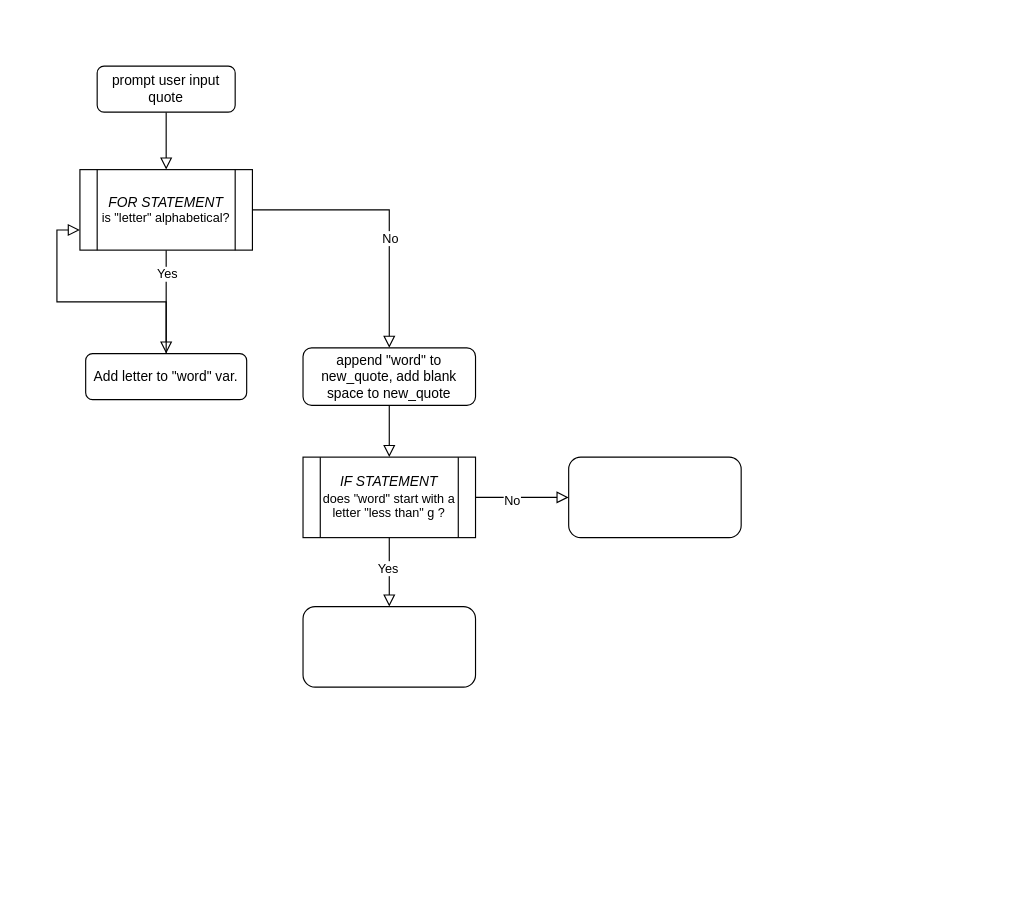
bowerbirdblue/bowerbirdblue keeps this draw.io diagram as 1027 task 7.drawio. Above is the earlier version. Source tidied: cells renumbered, new cells numbered last; positions are measured from the earlier drawing's top-left corner, leaving out a move shared by most shapes. Both pictures are drawn from the tidied source at 115%, with x=0, y=0 at pixel (79, 66).
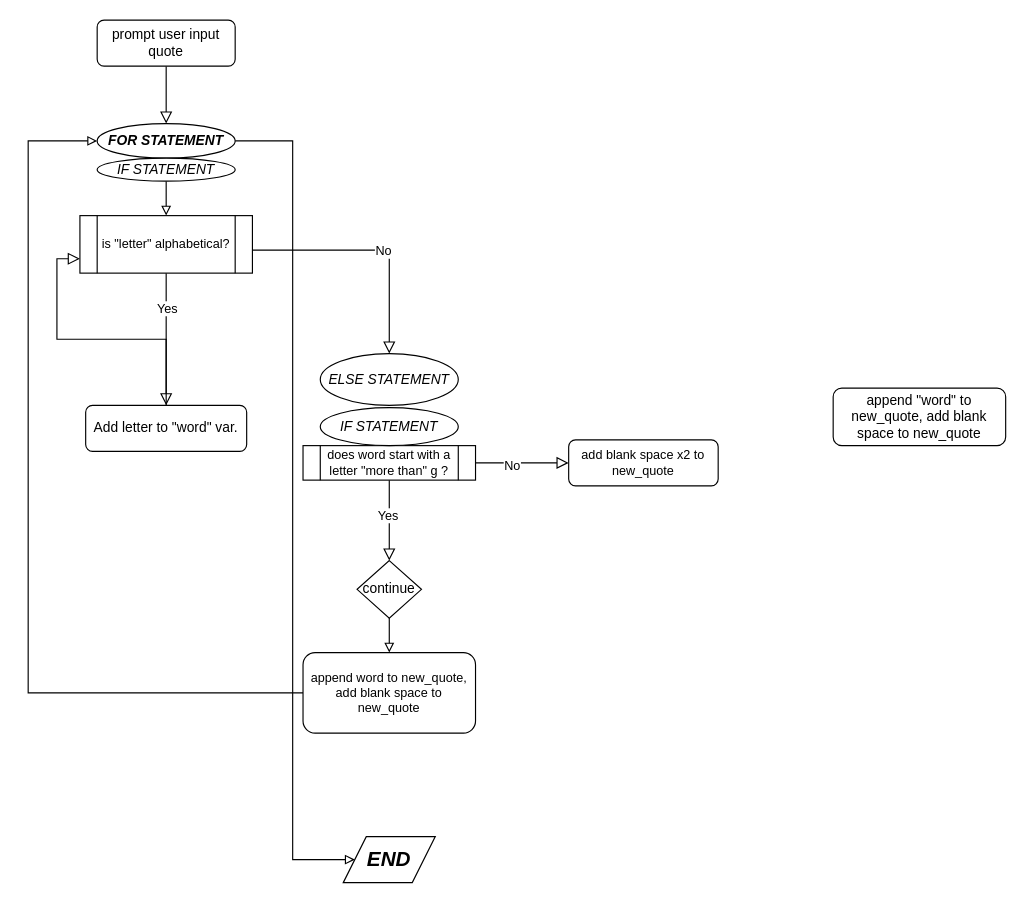
After the change.

Change to the diagram source:
```diff
@@
-<mxGraphModel>
+<mxGraphModel background="#ffffff">
@@
     <mxCell id="2" style="rounded=0;html=1;jettySize=auto;fontSize=11;endArrow=block;endFill=0;endSize=8;strokeWidth=1;shadow=0;labelBackgroundColor=none;edgeStyle=orthogonalEdgeStyle;" parent="1" edge="1" source="3">
       <mxGeometry relative="1" as="geometry">
-        <mxPoint x="75" y="90" as="targetPoint" />
+        <mxPoint x="75" y="50" as="targetPoint" />
       </mxGeometry>
     </mxCell>
     <mxCell id="3" value="prompt user input quote" style="rounded=1;whiteSpace=wrap;html=1;fontSize=12;glass=0;strokeWidth=1;shadow=0;" parent="1" vertex="1">
-      <mxGeometry x="15" width="120" height="40" as="geometry" />
+      <mxGeometry x="15" y="-40" width="120" height="40" as="geometry" />
     </mxCell>
-    <mxCell id="4" style="edgeStyle=orthogonalEdgeStyle;shape=connector;rounded=0;jettySize=auto;html=1;entryX=0.5;entryY=0;entryDx=0;entryDy=0;shadow=0;labelBackgroundColor=none;strokeColor=default;strokeWidth=1;align=center;verticalAlign=middle;fontFamily=Helvetica;fontSize=11;fontColor=default;endArrow=block;endFill=0;endSize=8;" parent="1" edge="1" source="5" target="17">
-      <mxGeometry relative="1" as="geometry" />
-    </mxCell>
     <mxCell id="5" value="append &quot;word&quot; to new_quote, add blank space to new_quote" style="rounded=1;whiteSpace=wrap;html=1;fontSize=12;glass=0;strokeWidth=1;shadow=0;" parent="1" vertex="1">
-      <mxGeometry x="194" y="245" width="150" height="50" as="geometry" />
+      <mxGeometry x="655" y="280" width="150" height="50" as="geometry" />
     </mxCell>
@@
     <mxCell id="7" value="Add letter to &quot;word&quot; var." style="rounded=1;whiteSpace=wrap;html=1;" parent="1" vertex="1">
-      <mxGeometry x="5" y="250" width="140" height="40" as="geometry" />
+      <mxGeometry x="5" y="295" width="140" height="40" as="geometry" />
     </mxCell>
@@
-    <mxCell id="10" style="edgeStyle=orthogonalEdgeStyle;shape=connector;rounded=0;jettySize=auto;html=1;entryX=0.5;entryY=0;entryDx=0;entryDy=0;shadow=0;labelBackgroundColor=none;strokeColor=default;strokeWidth=1;align=center;verticalAlign=middle;fontFamily=Helvetica;fontSize=11;fontColor=default;endArrow=block;endFill=0;endSize=8;" parent="1" edge="1" source="12" target="5">
-      <mxGeometry relative="1" as="geometry" />
+    <mxCell id="10" style="edgeStyle=orthogonalEdgeStyle;shape=connector;rounded=0;jettySize=auto;html=1;entryX=0.5;entryY=0;entryDx=0;entryDy=0;shadow=0;labelBackgroundColor=none;strokeColor=default;strokeWidth=1;align=center;verticalAlign=middle;fontFamily=Helvetica;fontSize=11;fontColor=default;endArrow=block;endFill=0;endSize=8;" parent="1" edge="1" target="25">
+      <mxGeometry relative="1" as="geometry">
+        <mxPoint x="150" y="130" as="sourcePoint" />
+        <Array as="points">
+          <mxPoint x="150" y="160" />
+          <mxPoint x="269" y="160" />
+        </Array>
+      </mxGeometry>
     </mxCell>
@@
-    <mxCell id="12" value="&lt;i style=&quot;border-color: var(--border-color); font-size: 12px;&quot;&gt;FOR STATEMENT&lt;/i&gt;&lt;br style=&quot;border-color: var(--border-color); font-size: 12px;&quot;&gt;is &quot;letter&quot; alphabetical?" style="shape=process;whiteSpace=wrap;html=1;backgroundOutline=1;fontFamily=Helvetica;fontSize=11;fontColor=default;" parent="1" vertex="1">
-      <mxGeometry y="90" width="150" height="70" as="geometry" />
+    <mxCell id="12" value="is &quot;letter&quot; alphabetical?" style="shape=process;whiteSpace=wrap;html=1;backgroundOutline=1;fontFamily=Helvetica;fontSize=11;fontColor=default;" parent="1" vertex="1">
+      <mxGeometry y="130" width="150" height="50" as="geometry" />
     </mxCell>
-    <mxCell id="13" style="edgeStyle=orthogonalEdgeStyle;shape=connector;rounded=0;jettySize=auto;html=1;entryX=0.5;entryY=0;entryDx=0;entryDy=0;shadow=0;labelBackgroundColor=none;strokeColor=default;strokeWidth=1;align=center;verticalAlign=middle;fontFamily=Helvetica;fontSize=11;fontColor=default;endArrow=block;endFill=0;endSize=8;" parent="1" edge="1" source="17" target="18">
+    <mxCell id="13" style="edgeStyle=orthogonalEdgeStyle;shape=connector;rounded=0;jettySize=auto;html=1;shadow=0;labelBackgroundColor=none;strokeColor=default;strokeWidth=1;align=center;verticalAlign=middle;fontFamily=Helvetica;fontSize=11;fontColor=default;endArrow=block;endFill=0;endSize=8;entryX=0.5;entryY=0;entryDx=0;entryDy=0;" parent="1" edge="1" source="17" target="28">
       <mxGeometry relative="1" as="geometry" />
     </mxCell>
@@
-    <mxCell id="17" value="&lt;i style=&quot;border-color: var(--border-color); font-size: 12px;&quot;&gt;IF STATEMENT&lt;/i&gt;&lt;br style=&quot;border-color: var(--border-color); font-size: 12px;&quot;&gt;does &quot;word&quot; start with a letter &quot;less than&quot; g ?" style="shape=process;whiteSpace=wrap;html=1;backgroundOutline=1;fontFamily=Helvetica;fontSize=11;fontColor=default;" parent="1" vertex="1">
-      <mxGeometry x="194" y="340" width="150" height="70" as="geometry" />
+    <mxCell id="17" value="does word start with a letter &quot;more than&quot; g ?" style="shape=process;whiteSpace=wrap;html=1;backgroundOutline=1;fontFamily=Helvetica;fontSize=11;fontColor=default;" parent="1" vertex="1">
+      <mxGeometry x="194" y="330" width="150" height="30" as="geometry" />
     </mxCell>
+    <mxCell id="20" style="edgeStyle=orthogonalEdgeStyle;shape=connector;rounded=0;jettySize=auto;html=1;entryX=0;entryY=0.5;entryDx=0;entryDy=0;labelBackgroundColor=default;strokeColor=default;align=center;verticalAlign=middle;fontFamily=Helvetica;fontSize=11;fontColor=default;endArrow=block;endFill=0;" parent="1" edge="1" source="18" target="22">
+      <mxGeometry relative="1" as="geometry">
+        <Array as="points">
+          <mxPoint x="-45" y="545" />
+          <mxPoint x="-45" y="65" />
+        </Array>
+      </mxGeometry>
+    </mxCell>
-    <mxCell id="18" style="rounded=1;whiteSpace=wrap;html=1;fontFamily=Helvetica;fontSize=11;fontColor=default;" parent="1" vertex="1">
-      <mxGeometry x="194" y="470" width="150" height="70" as="geometry" />
+    <mxCell id="18" value="append word to new_quote, add blank space to new_quote" style="rounded=1;whiteSpace=wrap;html=1;fontFamily=Helvetica;fontSize=11;fontColor=default;" parent="1" vertex="1">
+      <mxGeometry x="194" y="510" width="150" height="70" as="geometry" />
     </mxCell>
-    <mxCell id="19" style="rounded=1;whiteSpace=wrap;html=1;fontFamily=Helvetica;fontSize=11;fontColor=default;" parent="1" vertex="1">
-      <mxGeometry x="425" y="340" width="150" height="70" as="geometry" />
+    <mxCell id="19" value="add blank space x2 to new_quote" style="rounded=1;whiteSpace=wrap;html=1;fontFamily=Helvetica;fontSize=11;fontColor=default;" parent="1" vertex="1">
+      <mxGeometry x="425" y="325" width="130" height="40" as="geometry" />
     </mxCell>
+    <mxCell id="21" style="edgeStyle=orthogonalEdgeStyle;shape=connector;rounded=0;jettySize=auto;html=1;entryX=0;entryY=0.5;entryDx=0;entryDy=0;labelBackgroundColor=default;strokeColor=default;align=center;verticalAlign=middle;fontFamily=Helvetica;fontSize=11;fontColor=default;endArrow=block;endFill=0;" parent="1" edge="1" source="22" target="29">
+      <mxGeometry relative="1" as="geometry">
+        <Array as="points">
+          <mxPoint x="185" y="65" />
+          <mxPoint x="185" y="690" />
+        </Array>
+      </mxGeometry>
+    </mxCell>
+    <mxCell id="22" value="&lt;b&gt;&lt;i&gt;FOR STATEMENT&lt;/i&gt;&lt;/b&gt;" style="ellipse;whiteSpace=wrap;html=1;" parent="1" vertex="1">
+      <mxGeometry x="15" y="50" width="120" height="30" as="geometry" />
+    </mxCell>
+    <mxCell id="23" style="edgeStyle=orthogonalEdgeStyle;rounded=0;jettySize=auto;html=1;entryX=0.5;entryY=0;entryDx=0;entryDy=0;endArrow=block;endFill=0;" parent="1" edge="1" source="24" target="12">
+      <mxGeometry relative="1" as="geometry" />
+    </mxCell>
+    <mxCell id="24" value="&lt;i&gt;IF STATEMENT&lt;/i&gt;" style="ellipse;whiteSpace=wrap;html=1;" parent="1" vertex="1">
+      <mxGeometry x="15" y="80" width="120" height="20" as="geometry" />
+    </mxCell>
+    <mxCell id="25" value="&lt;i&gt;ELSE STATEMENT&lt;/i&gt;" style="ellipse;whiteSpace=wrap;html=1;" parent="1" vertex="1">
+      <mxGeometry x="209" y="250" width="120" height="45" as="geometry" />
+    </mxCell>
+    <mxCell id="26" value="&lt;i&gt;IF STATEMENT&lt;/i&gt;" style="ellipse;whiteSpace=wrap;html=1;" parent="1" vertex="1">
+      <mxGeometry x="209" y="297" width="120" height="33" as="geometry" />
+    </mxCell>
+    <mxCell id="27" style="edgeStyle=orthogonalEdgeStyle;rounded=0;jettySize=auto;html=1;entryX=0.5;entryY=0;entryDx=0;entryDy=0;endArrow=block;endFill=0;" parent="1" edge="1" source="28" target="18">
+      <mxGeometry relative="1" as="geometry" />
+    </mxCell>
+    <mxCell id="28" value="continue" style="rhombus;whiteSpace=wrap;html=1;" parent="1" vertex="1">
+      <mxGeometry x="241" y="430" width="56" height="50" as="geometry" />
+    </mxCell>
+    <mxCell id="29" value="&lt;i style=&quot;font-weight: bold;&quot;&gt;&lt;font style=&quot;font-size: 18px;&quot;&gt;END&lt;/font&gt;&lt;/i&gt;" style="shape=parallelogram;perimeter=parallelogramPerimeter;whiteSpace=wrap;html=1;fixedSize=1;fontFamily=Helvetica;fontSize=11;fontColor=default;" parent="1" vertex="1">
+      <mxGeometry x="229" y="670" width="80" height="40" as="geometry" />
+    </mxCell>
```
